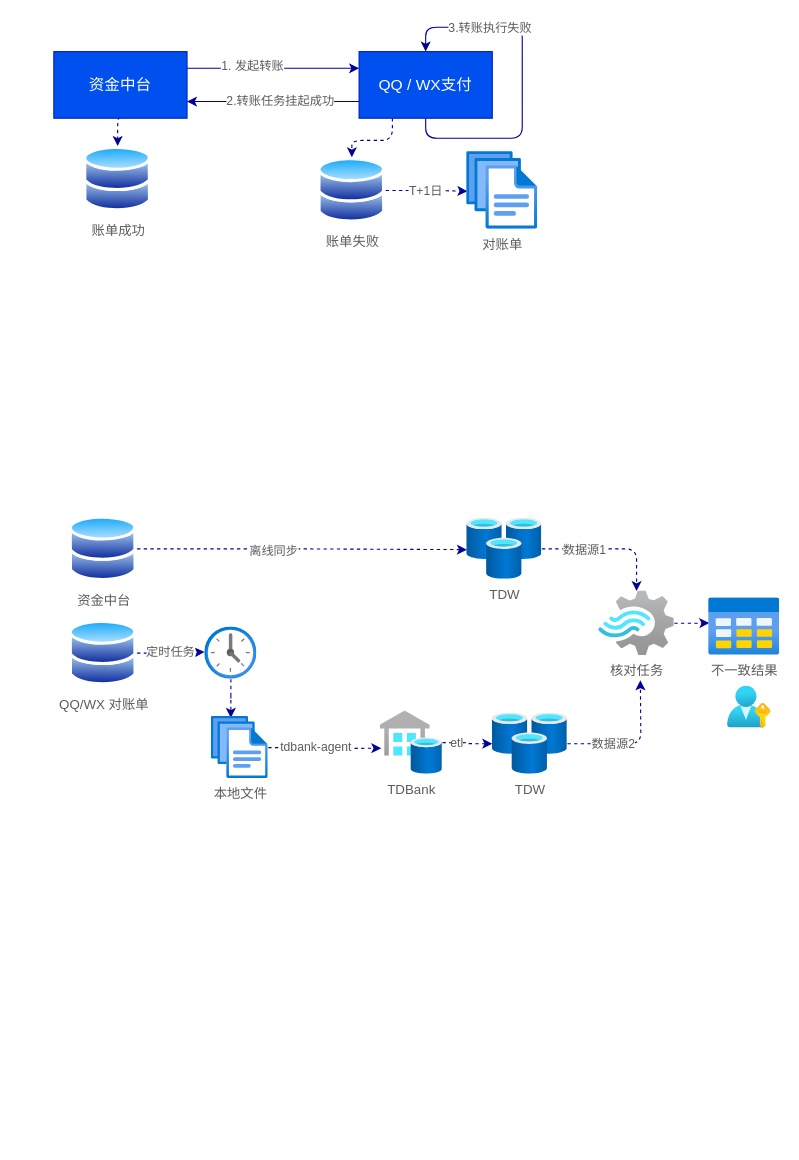
wutongshu1993/blog keeps this draw.io diagram as page "Page-2" (2 of 2) of Untitled Diagram.drawio. Above is the earlier version. Source tidied: cells renumbered, new cells numbered last; positions are measured from the earlier drawing's top-left corner, leaving out a move shared by most shapes. Both pictures are drawn from the tidied source at 111%, with x=0, y=0 at pixel (53, 27).
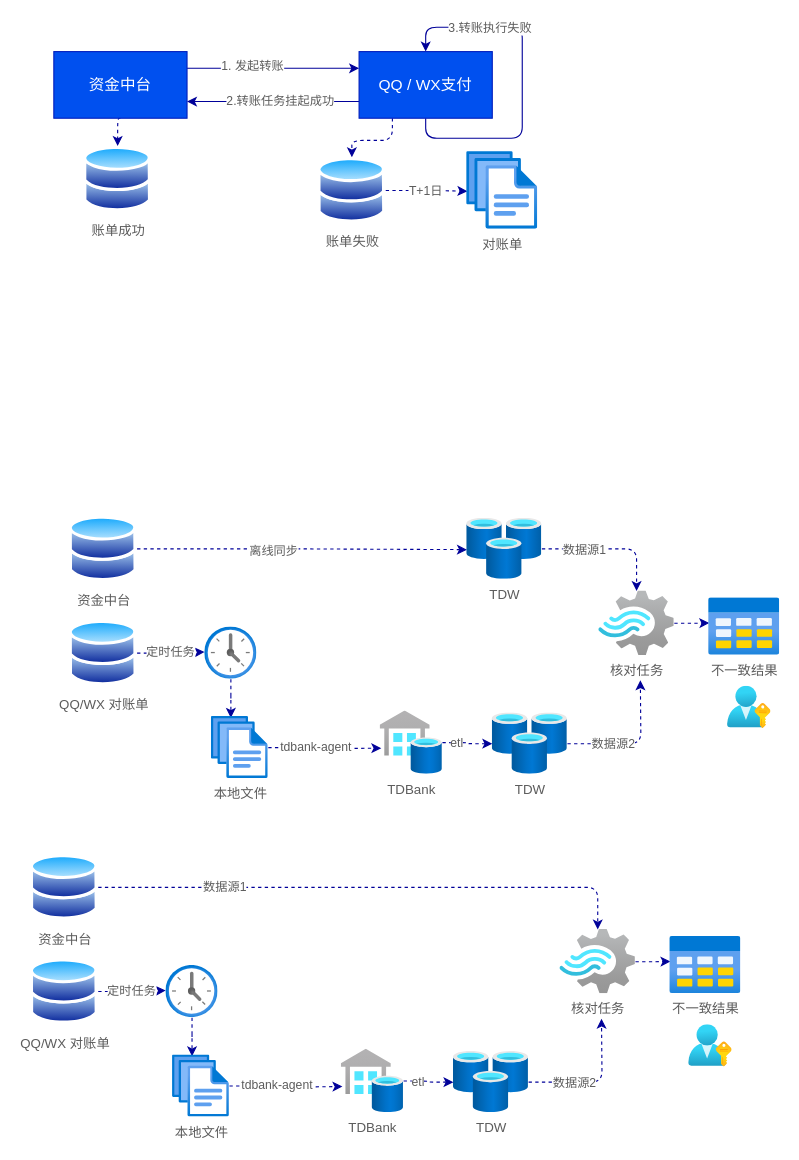
Above is the later version.

What changed in the source:
```diff
@@
+    <mxCell id="39" style="html=1;align=center;image;fontSize=12;image=img/lib/azure2/azure_stack/User_Subscriptions.svg;rounded=0;sketch=0;fontColor=#5C5C5C;strokeColor=#006658;fillColor=#21C0A5;" parent="1" vertex="1">
+      <mxGeometry x="572" y="898.7" width="39.1" height="38" as="geometry" />
+    </mxCell>
+    <mxCell id="40" value="资金中台" style="perimeter=ellipsePerimeter;html=1;align=center;shadow=0;dashed=0;spacingTop=3;image;image=img/lib/active_directory/databases.svg;rounded=0;sketch=0;fontColor=#5C5C5C;strokeColor=#006658;fillColor=#21C0A5;" parent="1" vertex="1">
+      <mxGeometry x="-21" y="745" width="61" height="59.8" as="geometry" />
+    </mxCell>
+    <mxCell id="41" style="edgeStyle=orthogonalEdgeStyle;curved=0;rounded=1;sketch=0;jettySize=auto;html=1;dashed=1;fontColor=#5C5C5C;strokeColor=#000099;strokeWidth=1;fillColor=#21C0A5;exitX=1;exitY=0.5;exitDx=0;exitDy=0;" parent="1" edge="1" source="40" target="57">
+      <mxGeometry relative="1" as="geometry" />
+    </mxCell>
+    <mxCell id="42" value="数据源1" style="edgeLabel;html=1;align=center;verticalAlign=middle;fontColor=#5C5C5C;" parent="41" vertex="1">
+      <mxGeometry x="-0.59" relative="1" as="geometry">
+        <mxPoint x="13" as="offset" />
+      </mxGeometry>
+    </mxCell>
+    <mxCell id="43" value="定时任务" style="edgeStyle=orthogonalEdgeStyle;curved=0;rounded=1;sketch=0;jettySize=auto;html=1;exitX=1;exitY=0.5;exitDx=0;exitDy=0;entryX=-0.005;entryY=0.48;entryDx=0;entryDy=0;entryPerimeter=0;dashed=1;fontColor=#5C5C5C;strokeColor=#000099;strokeWidth=1;fillColor=#21C0A5;" parent="1" edge="1" source="44" target="46">
+      <mxGeometry relative="1" as="geometry" />
+    </mxCell>
+    <mxCell id="44" value="QQ/WX 对账单" style="perimeter=ellipsePerimeter;html=1;align=center;shadow=0;dashed=0;spacingTop=3;image;image=img/lib/active_directory/databases.svg;rounded=0;sketch=0;fontColor=#5C5C5C;strokeColor=#006658;fillColor=#21C0A5;" parent="1" vertex="1">
+      <mxGeometry x="-21" y="838.9" width="61" height="59.8" as="geometry" />
+    </mxCell>
+    <mxCell id="45" style="edgeStyle=orthogonalEdgeStyle;curved=0;rounded=1;sketch=0;jettySize=auto;html=1;entryX=0.342;entryY=0.022;entryDx=0;entryDy=0;entryPerimeter=0;dashed=1;fontColor=#5C5C5C;strokeColor=#000099;strokeWidth=1;fillColor=#21C0A5;" parent="1" edge="1" source="46" target="49">
+      <mxGeometry relative="1" as="geometry" />
+    </mxCell>
+    <mxCell id="46" style="html=1;points=[];align=center;image;fontSize=12;image=img/lib/azure2/general/Recent.svg;rounded=0;sketch=0;fontColor=#5C5C5C;strokeColor=#006658;fillColor=#21C0A5;" parent="1" vertex="1">
+      <mxGeometry x="101" y="845.3" width="47" height="47" as="geometry" />
+    </mxCell>
+    <mxCell id="47" style="edgeStyle=orthogonalEdgeStyle;curved=0;rounded=1;sketch=0;jettySize=auto;html=1;dashed=1;fontColor=#5C5C5C;strokeColor=#000099;strokeWidth=1;fillColor=#21C0A5;" parent="1" edge="1" source="49">
+      <mxGeometry relative="1" as="geometry">
+        <mxPoint x="260" y="954.4" as="targetPoint" />
+      </mxGeometry>
+    </mxCell>
+    <mxCell id="48" value="tdbank-agent" style="edgeLabel;html=1;align=center;verticalAlign=middle;fontColor=#5C5C5C;" parent="47" vertex="1">
+      <mxGeometry x="-0.19" y="1" relative="1" as="geometry" />
+    </mxCell>
+    <mxCell id="49" value="本地文件" style="html=1;points=[];align=center;image;fontSize=12;image=img/lib/azure2/general/Files.svg;rounded=0;sketch=0;fontColor=#5C5C5C;strokeColor=#006658;fillColor=#21C0A5;" parent="1" vertex="1">
+      <mxGeometry x="107" y="925.9" width="51.2" height="56" as="geometry" />
+    </mxCell>
+    <mxCell id="50" style="edgeStyle=orthogonalEdgeStyle;curved=0;rounded=1;sketch=0;jettySize=auto;html=1;dashed=1;fontColor=#5C5C5C;strokeColor=#000099;strokeWidth=1;fillColor=#21C0A5;" parent="1" edge="1" source="52">
+      <mxGeometry relative="1" as="geometry">
+        <mxPoint x="493.4" y="893.3" as="targetPoint" />
+      </mxGeometry>
+    </mxCell>
+    <mxCell id="51" value="数据源2" style="edgeLabel;html=1;align=center;verticalAlign=middle;fontColor=#5C5C5C;" parent="50" vertex="1">
+      <mxGeometry x="-0.34" relative="1" as="geometry" />
+    </mxCell>
+    <mxCell id="52" value="TDW" style="html=1;points=[];align=center;image;fontSize=12;image=img/lib/azure2/databases/Cache_Redis.svg;rounded=0;sketch=0;fontColor=#5C5C5C;strokeColor=#006658;fillColor=#21C0A5;" parent="1" vertex="1">
+      <mxGeometry x="360" y="922.9" width="67.7" height="55" as="geometry" />
+    </mxCell>
+    <mxCell id="53" style="edgeStyle=orthogonalEdgeStyle;curved=0;rounded=1;sketch=0;jettySize=auto;html=1;dashed=1;fontColor=#5C5C5C;strokeColor=#000099;strokeWidth=1;fillColor=#21C0A5;" parent="1" edge="1" source="55" target="52">
+      <mxGeometry relative="1" as="geometry" />
+    </mxCell>
+    <mxCell id="54" value="etl" style="edgeLabel;html=1;align=center;verticalAlign=middle;fontColor=#5C5C5C;" parent="53" vertex="1">
+      <mxGeometry x="-0.47" relative="1" as="geometry" />
+    </mxCell>
+    <mxCell id="55" value="TDBank" style="html=1;points=[];align=center;image;fontSize=12;image=img/lib/azure2/integration/SQL_Data_Warehouses.svg;rounded=0;sketch=0;fontColor=#5C5C5C;strokeColor=#006658;fillColor=#21C0A5;" parent="1" vertex="1">
+      <mxGeometry x="259" y="920.9" width="56.1" height="57" as="geometry" />
+    </mxCell>
+    <mxCell id="56" style="edgeStyle=orthogonalEdgeStyle;curved=0;rounded=1;sketch=0;jettySize=auto;html=1;entryX=0.008;entryY=0.437;entryDx=0;entryDy=0;entryPerimeter=0;dashed=1;fontColor=#5C5C5C;strokeColor=#000099;strokeWidth=1;fillColor=#21C0A5;" parent="1" edge="1" source="57" target="58">
+      <mxGeometry relative="1" as="geometry" />
+    </mxCell>
+    <mxCell id="57" value="核对任务" style="html=1;points=[];align=center;image;fontSize=12;image=img/lib/azure2/iot/Stream_Analytics_Jobs.svg;rounded=0;sketch=0;fontColor=#5C5C5C;strokeColor=#006658;fillColor=#21C0A5;" parent="1" vertex="1">
+      <mxGeometry x="456" y="812.9" width="68" height="58" as="geometry" />
+    </mxCell>
+    <mxCell id="58" value="不一致结果" style="html=1;points=[];align=center;image;fontSize=12;image=img/lib/azure2/general/Table.svg;rounded=0;sketch=0;fontColor=#5C5C5C;strokeColor=#006658;fillColor=#21C0A5;" parent="1" vertex="1">
+      <mxGeometry x="555" y="818.9" width="64" height="52" as="geometry" />
+    </mxCell>
```
